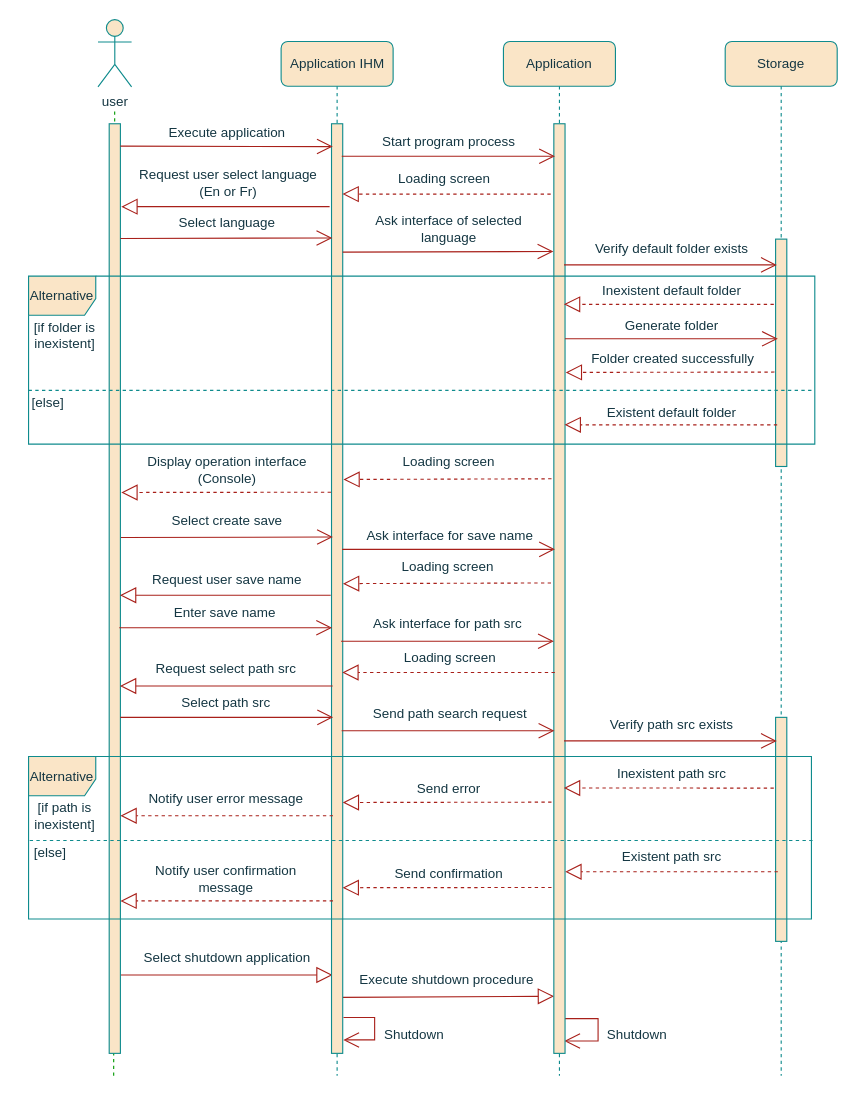
The draw.io diagram page "Page-1" (1 of 2) of create diagram.drawio in Weicheng178/UML, before the edit. Source tidied: cells renumbered, new cells numbered last; positions are measured from the earlier drawing's top-left corner, leaving out a move shared by most shapes. Both pictures are drawn from the tidied source at 112%, with x=0, y=0 at pixel (19, 19).
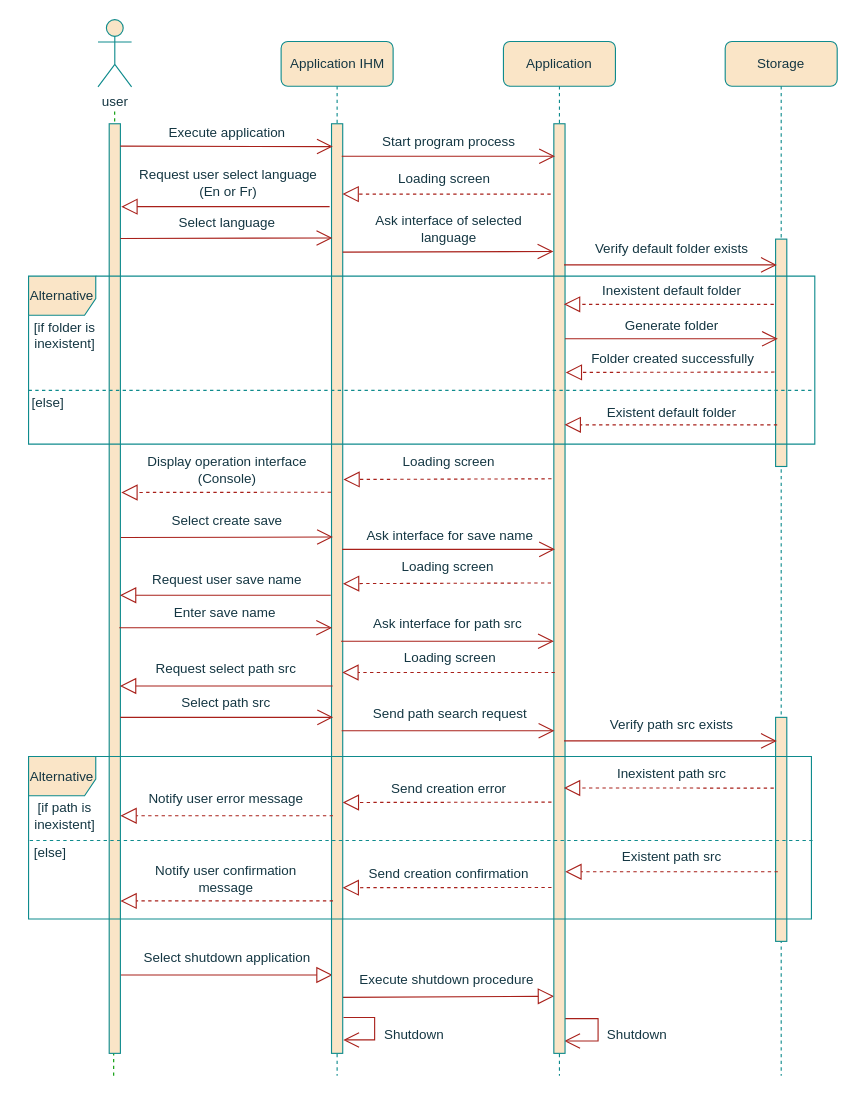
After the change.

Diff of the diagram source:
```diff
@@
-    <mxCell id="81" value="Send error" style="text;html=1;align=center;verticalAlign=middle;strokeColor=none;fillColor=none;rounded=1;fontColor=#143642;" parent="1" vertex="1">
-      <mxGeometry x="343.4" y="672" width="80" height="30" as="geometry" />
+    <mxCell id="81" value="Send creation error" style="text;html=1;align=center;verticalAlign=middle;strokeColor=none;fillColor=none;rounded=1;fontColor=#143642;" parent="1" vertex="1">
+      <mxGeometry x="318.4" y="672" width="130" height="30" as="geometry" />
     </mxCell>
@@
-    <mxCell id="85" value="Send confirmation" style="text;html=1;align=center;verticalAlign=middle;strokeColor=none;fillColor=none;rounded=1;fontColor=#143642;" parent="1" vertex="1">
-      <mxGeometry x="323.4" y="748.1" width="120" height="30" as="geometry" />
+    <mxCell id="85" value="Send creation confirmation" style="text;html=1;align=center;verticalAlign=middle;strokeColor=none;fillColor=none;rounded=1;fontColor=#143642;" parent="1" vertex="1">
+      <mxGeometry x="298.4" y="748.1" width="170" height="30" as="geometry" />
     </mxCell>
```
